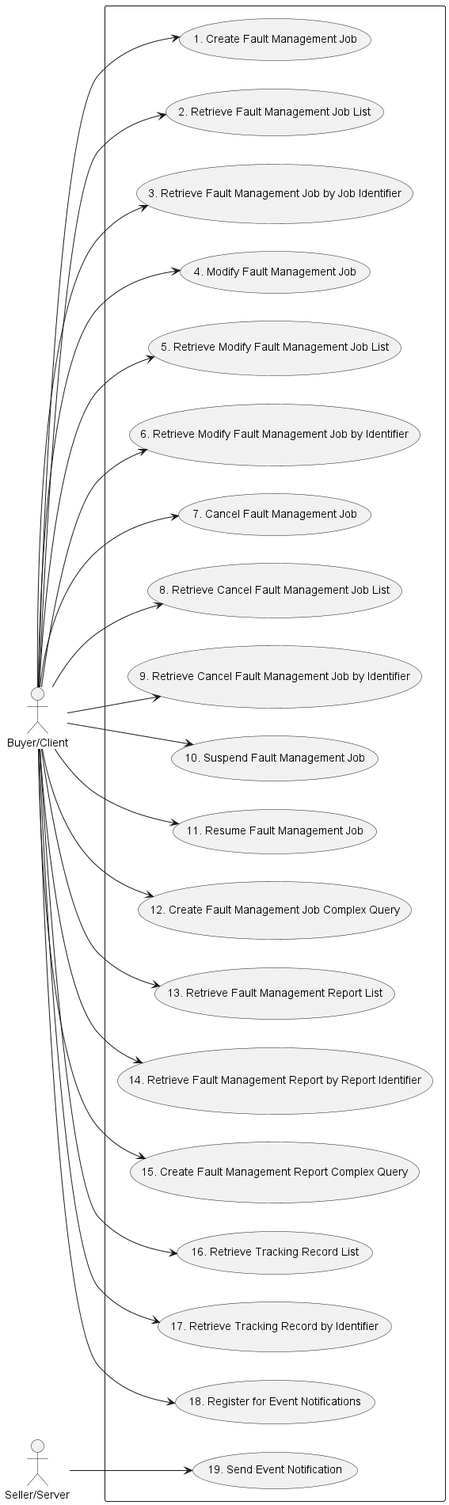
Earlier version of the PlantUML export documentation/serviceApi/fm/media/fmUsecases.png (MEF-GIT/MEF-LSO-Legato-SDK). Source of this version:
```plantuml
@startuml fmUsecases

left to right direction

actor "Buyer/Client" as B
actor "Seller/Server" as S

rectangle {
Usecase UC1 as "1. Create Fault Management Job"
Usecase UC2 as "2. Retrieve Fault Management Job List"
Usecase UC3 as "3. Retrieve Fault Management Job by Job Identifier"
Usecase UC4 as "4. Modify Fault Management Job"
Usecase UC5 as "5. Retrieve Modify Fault Management Job List"
Usecase UC6 as "6. Retrieve Modify Fault Management Job by Identifier"
Usecase UC7 as "7. Cancel Fault Management Job"
Usecase UC8 as "8. Retrieve Cancel Fault Management Job List"
Usecase UC9 as "9. Retrieve Cancel Fault Management Job by Identifier"
Usecase UC10 as "10. Suspend Fault Management Job"
Usecase UC11 as "11. Resume Fault Management Job"
Usecase UC12 as "12. Create Fault Management Job Complex Query"
Usecase UC13 as "13. Retrieve Fault Management Report List"
Usecase UC14 as "14. Retrieve Fault Management Report by Report Identifier"
Usecase UC15 as "15. Create Fault Management Report Complex Query"
Usecase UC16 as "16. Retrieve Tracking Record List"
Usecase UC17 as "17. Retrieve Tracking Record by Identifier"
Usecase UC18 as "18. Register for Event Notifications"
Usecase UC19 as "19. Send Event Notification"
}

B --> UC1
B --> UC2
B --> UC3
B --> UC4
B --> UC5
B --> UC6
B --> UC7
B --> UC8
B --> UC9
B --> UC10
B --> UC11
B --> UC12
B --> UC13
B --> UC14
B --> UC15
B --> UC16
B --> UC17
B --> UC18
S --> UC19

@enduml
```
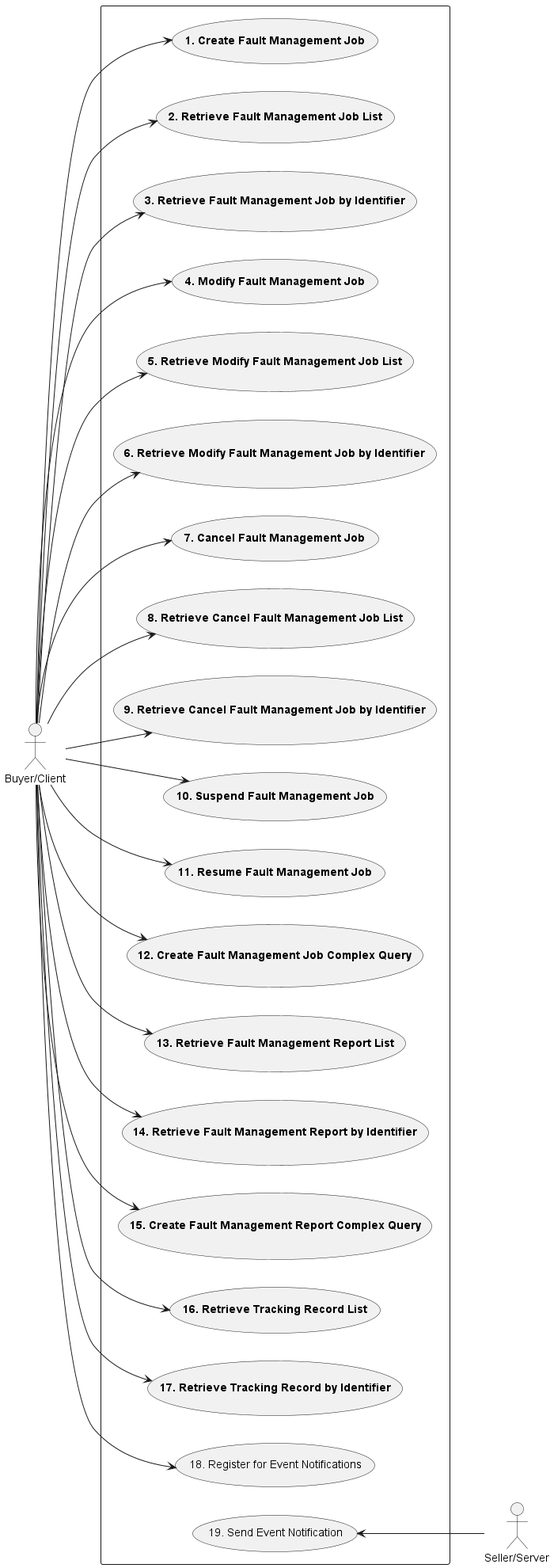
Above is the later version.

Diff of the diagram source:
```diff
@@ -6,23 +6,23 @@
 actor "Seller/Server" as S
 
 rectangle {
-Usecase UC1 as "1. Create Fault Management Job"
-Usecase UC2 as "2. Retrieve Fault Management Job List"
-Usecase UC3 as "3. Retrieve Fault Management Job by Job Identifier"
-Usecase UC4 as "4. Modify Fault Management Job"
-Usecase UC5 as "5. Retrieve Modify Fault Management Job List"
-Usecase UC6 as "6. Retrieve Modify Fault Management Job by Identifier"
-Usecase UC7 as "7. Cancel Fault Management Job"
-Usecase UC8 as "8. Retrieve Cancel Fault Management Job List"
-Usecase UC9 as "9. Retrieve Cancel Fault Management Job by Identifier"
-Usecase UC10 as "10. Suspend Fault Management Job"
-Usecase UC11 as "11. Resume Fault Management Job"
-Usecase UC12 as "12. Create Fault Management Job Complex Query"
-Usecase UC13 as "13. Retrieve Fault Management Report List"
-Usecase UC14 as "14. Retrieve Fault Management Report by Report Identifier"
-Usecase UC15 as "15. Create Fault Management Report Complex Query"
-Usecase UC16 as "16. Retrieve Tracking Record List"
-Usecase UC17 as "17. Retrieve Tracking Record by Identifier"
+Usecase UC1 as "**1. Create Fault Management Job**"
+Usecase UC2 as "**2. Retrieve Fault Management Job List**"
+Usecase UC3 as "**3. Retrieve Fault Management Job by Identifier**"
+Usecase UC4 as "**4. Modify Fault Management Job**"
+Usecase UC5 as "**5. Retrieve Modify Fault Management Job List**"
+Usecase UC6 as "**6. Retrieve Modify Fault Management Job by Identifier**"
+Usecase UC7 as "**7. Cancel Fault Management Job**"
+Usecase UC8 as "**8. Retrieve Cancel Fault Management Job List**"
+Usecase UC9 as "**9. Retrieve Cancel Fault Management Job by Identifier**"
+Usecase UC10 as "**10. Suspend Fault Management Job**"
+Usecase UC11 as "**11. Resume Fault Management Job**"
+Usecase UC12 as "**12. Create Fault Management Job Complex Query**"
+Usecase UC13 as "**13. Retrieve Fault Management Report List**"
+Usecase UC14 as "**14. Retrieve Fault Management Report by Identifier**"
+Usecase UC15 as "**15. Create Fault Management Report Complex Query**"
+Usecase UC16 as "**16. Retrieve Tracking Record List**"
+Usecase UC17 as "**17. Retrieve Tracking Record by Identifier**"
 Usecase UC18 as "18. Register for Event Notifications"
 Usecase UC19 as "19. Send Event Notification"
 }
@@ -45,6 +45,6 @@
 B --> UC16
 B --> UC17
 B --> UC18
-S --> UC19
+UC19 <-- S
 
 @enduml
```
